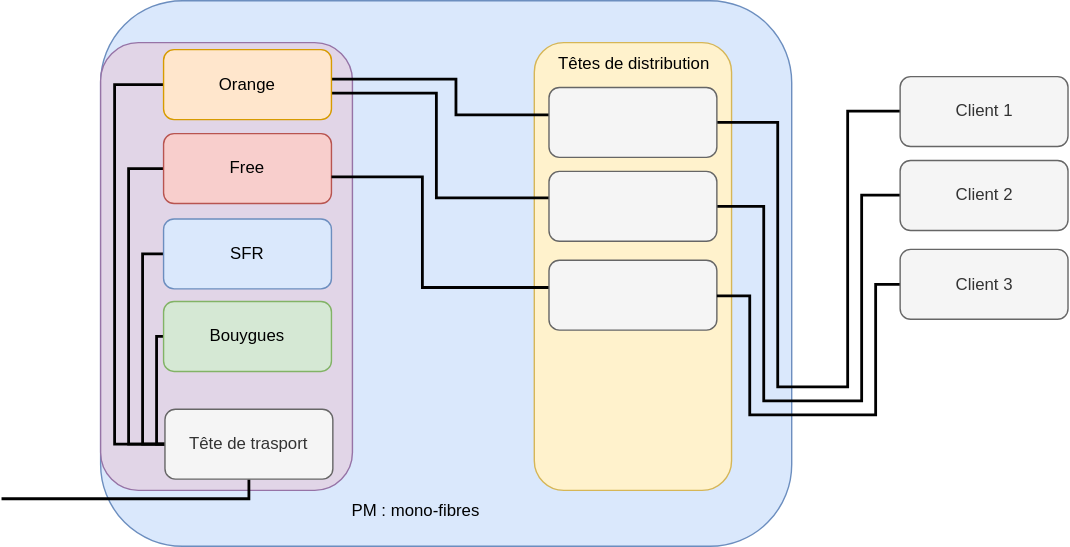
This is img/pm-mono-fibres.drawio.svg from mathieu-iut-beziers/SAE-R301, a draw.io export, as it was before one commit. Source tidied: cells renumbered, new cells last; positions are measured from the earlier drawing's top-left corner, leaving out a move shared by most shapes.
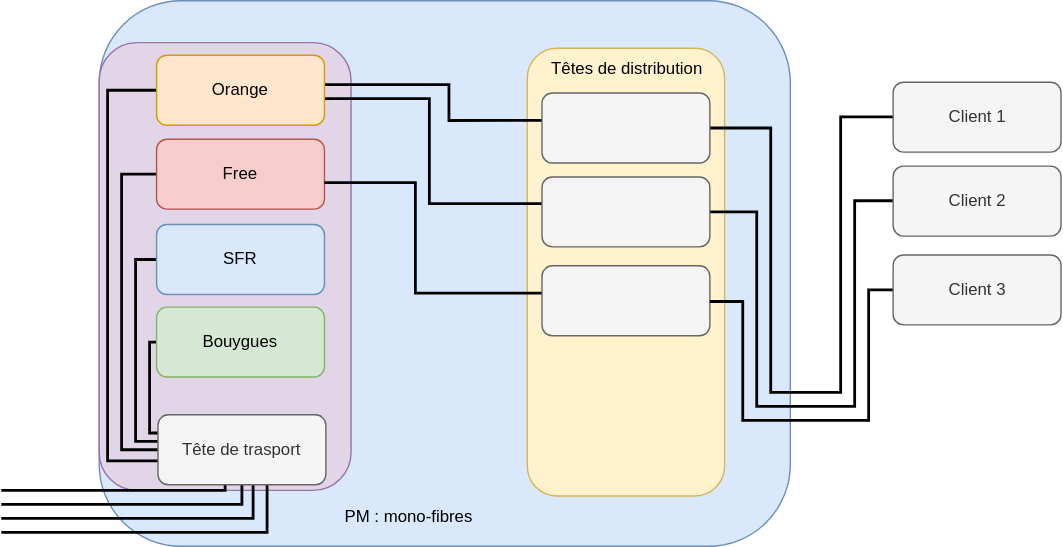
After the change.

The edit, as a diff of the source:
```diff
@@ -3,19 +3,20 @@
     <mxCell id="0" />
     <mxCell id="1" parent="0" />
     <mxCell id="2" style="rounded=1;whiteSpace=wrap;html=1;fillColor=#dae8fc;strokeColor=#6c8ebf;" parent="1" vertex="1">
-      <mxGeometry x="71" width="494" height="390" as="geometry" />
+      <mxGeometry x="75" y="-4" width="494" height="390" as="geometry" />
     </mxCell>
     <mxCell id="3" style="rounded=1;whiteSpace=wrap;html=1;fillColor=#e1d5e7;strokeColor=#9673a6;" parent="1" vertex="1">
-      <mxGeometry x="71" y="30" width="180" height="320" as="geometry" />
+      <mxGeometry x="75" y="26" width="180" height="320" as="geometry" />
     </mxCell>
     <mxCell id="4" style="rounded=1;whiteSpace=wrap;html=1;fillColor=#fff2cc;strokeColor=#d6b656;" parent="1" vertex="1">
       <mxGeometry x="381" y="30" width="141" height="320" as="geometry" />
     </mxCell>
-    <mxCell id="5" style="edgeStyle=orthogonalEdgeStyle;rounded=0;jettySize=auto;html=1;strokeWidth=2;endArrow=none;endFill=0;" parent="1" edge="1" source="8" target="22">
+    <mxCell id="5" style="edgeStyle=orthogonalEdgeStyle;rounded=0;jettySize=auto;html=1;strokeWidth=2;endArrow=none;endFill=0;entryX=0;entryY=0.653;entryDx=0;entryDy=0;entryPerimeter=0;" parent="1" edge="1" source="8" target="22">
       <mxGeometry relative="1" as="geometry">
         <Array as="points">
           <mxPoint x="81" y="60" />
-          <mxPoint x="81" y="317" />
+          <mxPoint x="81" y="325" />
+          <mxPoint x="117" y="325" />
         </Array>
       </mxGeometry>
     </mxCell>
@@ -49,22 +50,24 @@
     <mxCell id="10" value="Free" style="rounded=1;whiteSpace=wrap;html=1;fillColor=#f8cecc;strokeColor=#b85450;" parent="1" vertex="1">
       <mxGeometry x="116" y="95" width="120" height="50" as="geometry" />
     </mxCell>
-    <mxCell id="11" style="edgeStyle=orthogonalEdgeStyle;rounded=0;jettySize=auto;html=1;strokeWidth=2;endArrow=none;endFill=0;" parent="1" edge="1" source="12" target="22">
+    <mxCell id="11" style="edgeStyle=orthogonalEdgeStyle;rounded=0;jettySize=auto;html=1;strokeWidth=2;endArrow=none;endFill=0;entryX=0;entryY=0.387;entryDx=0;entryDy=0;entryPerimeter=0;" parent="1" edge="1" source="12" target="22">
       <mxGeometry relative="1" as="geometry">
         <Array as="points">
           <mxPoint x="101" y="181" />
-          <mxPoint x="101" y="317" />
+          <mxPoint x="101" y="311" />
+          <mxPoint x="117" y="311" />
         </Array>
       </mxGeometry>
     </mxCell>
     <mxCell id="12" value="SFR" style="rounded=1;whiteSpace=wrap;html=1;fillColor=#dae8fc;strokeColor=#6c8ebf;" parent="1" vertex="1">
       <mxGeometry x="116" y="156" width="120" height="50" as="geometry" />
     </mxCell>
-    <mxCell id="13" style="edgeStyle=orthogonalEdgeStyle;rounded=0;jettySize=auto;html=1;strokeWidth=2;endArrow=none;endFill=0;" parent="1" edge="1" source="14" target="22">
+    <mxCell id="13" style="edgeStyle=orthogonalEdgeStyle;rounded=0;jettySize=auto;html=1;strokeWidth=2;endArrow=none;endFill=0;entryX=0;entryY=0.25;entryDx=0;entryDy=0;" parent="1" edge="1" source="14" target="22">
       <mxGeometry relative="1" as="geometry">
         <Array as="points">
           <mxPoint x="111" y="240" />
-          <mxPoint x="111" y="317" />
+          <mxPoint x="111" y="305" />
+          <mxPoint x="117" y="305" />
         </Array>
       </mxGeometry>
     </mxCell>
@@ -108,14 +111,38 @@
     <mxCell id="20" style="rounded=1;whiteSpace=wrap;html=1;fillColor=#f5f5f5;fontColor=#333333;strokeColor=#666666;glass=0;" parent="1" vertex="1">
       <mxGeometry x="391.5" y="185.5" width="120" height="50" as="geometry" />
     </mxCell>
-    <mxCell id="21" style="edgeStyle=orthogonalEdgeStyle;rounded=0;jettySize=auto;html=1;strokeWidth=2;endArrow=none;endFill=0;" parent="1" edge="1" source="22">
+    <mxCell id="21" style="edgeStyle=orthogonalEdgeStyle;rounded=0;jettySize=auto;html=1;strokeWidth=2;endArrow=none;endFill=0;exitX=0.5;exitY=1;exitDx=0;exitDy=0;" parent="1" edge="1" source="22">
       <mxGeometry relative="1" as="geometry">
-        <mxPoint x="0.2" y="356" as="targetPoint" />
+        <mxPoint x="5" y="356" as="targetPoint" />
         <Array as="points">
           <mxPoint x="177" y="356" />
         </Array>
       </mxGeometry>
     </mxCell>
+    <mxCell id="29" style="edgeStyle=orthogonalEdgeStyle;rounded=0;jettySize=auto;html=1;endArrow=none;endFill=0;strokeWidth=2;" parent="1" edge="1" source="22">
+      <mxGeometry relative="1" as="geometry">
+        <mxPoint x="5" y="376" as="targetPoint" />
+        <Array as="points">
+          <mxPoint x="195" y="376" />
+        </Array>
+      </mxGeometry>
+    </mxCell>
+    <mxCell id="30" style="edgeStyle=orthogonalEdgeStyle;rounded=0;jettySize=auto;html=1;endArrow=none;endFill=0;strokeWidth=2;" parent="1" edge="1" source="22">
+      <mxGeometry relative="1" as="geometry">
+        <mxPoint x="5" y="366" as="targetPoint" />
+        <Array as="points">
+          <mxPoint x="185" y="366" />
+        </Array>
+      </mxGeometry>
+    </mxCell>
+    <mxCell id="31" style="edgeStyle=orthogonalEdgeStyle;rounded=0;jettySize=auto;html=1;endArrow=none;endFill=0;strokeWidth=2;" parent="1" edge="1" source="22">
+      <mxGeometry relative="1" as="geometry">
+        <mxPoint x="5" y="346" as="targetPoint" />
+        <Array as="points">
+          <mxPoint x="165" y="346" />
+        </Array>
+      </mxGeometry>
+    </mxCell>
     <mxCell id="22" value="Tête de trasport" style="rounded=1;whiteSpace=wrap;html=1;fillColor=#f5f5f5;strokeColor=#666666;glass=0;fontColor=#333333;" parent="1" vertex="1">
       <mxGeometry x="117" y="292" width="120" height="50" as="geometry" />
     </mxCell>
```
